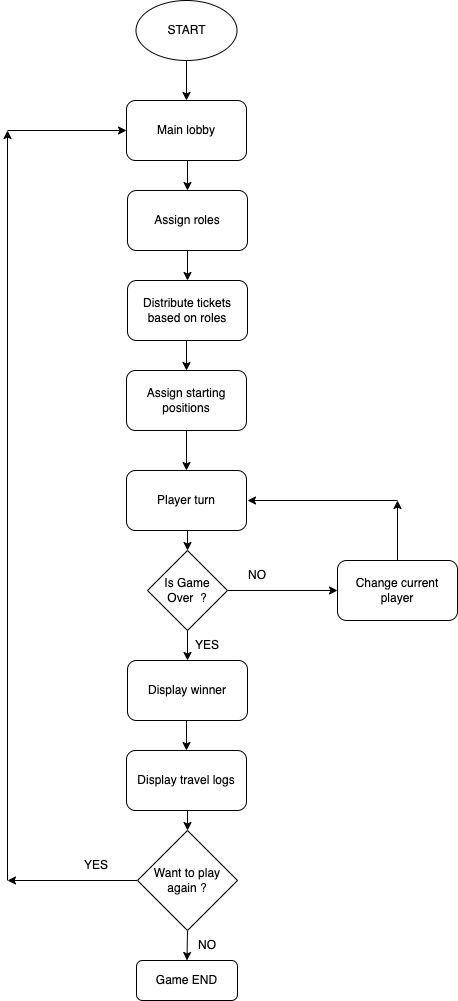
garimiddisuman/project keeps this draw.io diagram as main.drawio.png. Above is the earlier version. Source tidied: cells renumbered, new cells last; positions are measured from the earlier drawing's top-left corner, leaving out a move shared by most shapes.
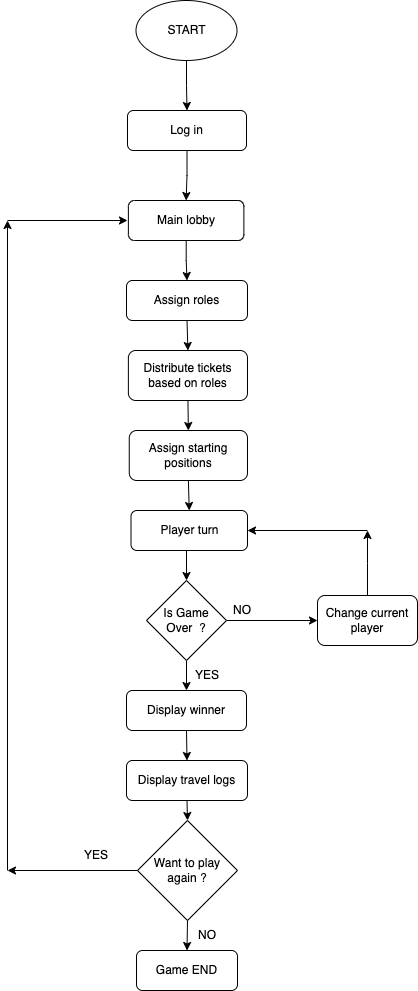
Above is the later version.

Change to the diagram source:
```diff
@@ -2,47 +2,47 @@
   <root>
     <mxCell id="0" />
     <mxCell id="1" parent="0" />
-    <mxCell id="2" style="edgeStyle=orthogonalEdgeStyle;rounded=0;jettySize=auto;html=1;exitX=0.5;exitY=1;exitDx=0;exitDy=0;entryX=0.5;entryY=0;entryDx=0;entryDy=0;" parent="1" edge="1" source="3" target="5">
-      <mxGeometry relative="1" as="geometry" />
-    </mxCell>
+    <mxCell id="35" style="edgeStyle=orthogonalEdgeStyle;rounded=0;jettySize=auto;html=1;entryX=0.5;entryY=0;entryDx=0;entryDy=0;" parent="1" edge="1" source="3" target="37">
+      <mxGeometry relative="1" as="geometry" />
+    </mxCell>
     <mxCell id="3" value="START" style="ellipse;whiteSpace=wrap;html=1;" parent="1" vertex="1">
-      <mxGeometry x="128.5" width="101" height="60" as="geometry" />
+      <mxGeometry x="128.5" y="10" width="101" height="60" as="geometry" />
     </mxCell>
-    <mxCell id="4" style="edgeStyle=orthogonalEdgeStyle;rounded=0;jettySize=auto;html=1;exitX=0.5;exitY=1;exitDx=0;exitDy=0;entryX=0.5;entryY=0;entryDx=0;entryDy=0;" parent="1" edge="1" source="5" target="7">
+    <mxCell id="4" style="edgeStyle=orthogonalEdgeStyle;rounded=0;jettySize=auto;html=1;" parent="1" edge="1" source="5" target="7">
       <mxGeometry relative="1" as="geometry" />
     </mxCell>
     <mxCell id="5" value="Main lobby" style="rounded=1;whiteSpace=wrap;html=1;" parent="1" vertex="1">
-      <mxGeometry x="119" y="100" width="120" height="60" as="geometry" />
+      <mxGeometry x="120.9" y="210" width="115.5" height="40" as="geometry" />
     </mxCell>
     <mxCell id="6" style="edgeStyle=orthogonalEdgeStyle;rounded=0;jettySize=auto;html=1;exitX=0.5;exitY=1;exitDx=0;exitDy=0;entryX=0.5;entryY=0;entryDx=0;entryDy=0;" parent="1" edge="1" source="7" target="9">
       <mxGeometry relative="1" as="geometry" />
     </mxCell>
     <mxCell id="7" value="Assign roles" style="rounded=1;whiteSpace=wrap;html=1;" parent="1" vertex="1">
-      <mxGeometry x="120" y="190" width="120" height="60" as="geometry" />
+      <mxGeometry x="119" y="290" width="121" height="40" as="geometry" />
     </mxCell>
     <mxCell id="8" style="edgeStyle=orthogonalEdgeStyle;rounded=0;jettySize=auto;html=1;exitX=0.5;exitY=1;exitDx=0;exitDy=0;entryX=0.5;entryY=0;entryDx=0;entryDy=0;" parent="1" edge="1" source="9" target="11">
       <mxGeometry relative="1" as="geometry" />
     </mxCell>
     <mxCell id="9" value="Distribute tickets based on roles" style="rounded=1;whiteSpace=wrap;html=1;" parent="1" vertex="1">
-      <mxGeometry x="120" y="280" width="120" height="60" as="geometry" />
+      <mxGeometry x="120.9" y="360" width="119.1" height="50" as="geometry" />
     </mxCell>
     <mxCell id="10" style="edgeStyle=orthogonalEdgeStyle;rounded=0;jettySize=auto;html=1;exitX=0.5;exitY=1;exitDx=0;exitDy=0;entryX=0.5;entryY=0;entryDx=0;entryDy=0;" parent="1" edge="1" source="11" target="13">
       <mxGeometry relative="1" as="geometry" />
     </mxCell>
     <mxCell id="11" value="Assign starting positions" style="rounded=1;whiteSpace=wrap;html=1;" parent="1" vertex="1">
-      <mxGeometry x="119" y="370" width="120" height="60" as="geometry" />
+      <mxGeometry x="121.8" y="440" width="118.2" height="50" as="geometry" />
     </mxCell>
     <mxCell id="12" style="edgeStyle=orthogonalEdgeStyle;rounded=0;jettySize=auto;html=1;exitX=0.5;exitY=1;exitDx=0;exitDy=0;entryX=0.5;entryY=0;entryDx=0;entryDy=0;" parent="1" edge="1" source="13" target="19">
       <mxGeometry relative="1" as="geometry" />
     </mxCell>
     <mxCell id="13" value="Player turn" style="rounded=1;whiteSpace=wrap;html=1;" parent="1" vertex="1">
-      <mxGeometry x="119" y="470" width="120" height="60" as="geometry" />
+      <mxGeometry x="123.5" y="520" width="116.5" height="40" as="geometry" />
     </mxCell>
     <mxCell id="14" style="edgeStyle=orthogonalEdgeStyle;rounded=0;jettySize=auto;html=1;exitX=0.5;exitY=1;exitDx=0;exitDy=0;entryX=0.5;entryY=0;entryDx=0;entryDy=0;" parent="1" edge="1" source="15" target="21">
       <mxGeometry relative="1" as="geometry" />
     </mxCell>
     <mxCell id="15" value="Display winner" style="rounded=1;whiteSpace=wrap;html=1;" parent="1" vertex="1">
-      <mxGeometry x="120" y="660" width="120" height="60" as="geometry" />
+      <mxGeometry x="119" y="700" width="120" height="40" as="geometry" />
     </mxCell>
     <mxCell id="16" style="edgeStyle=orthogonalEdgeStyle;rounded=0;orthogonalLoop=1;jettySize=auto;html=1;exitX=0.5;exitY=1;exitDx=0;exitDy=0;" parent="1" edge="1" source="3" target="3">
       <mxGeometry relative="1" as="geometry" />
@@ -54,13 +54,13 @@
       <mxGeometry relative="1" as="geometry" />
     </mxCell>
     <mxCell id="19" value="Is Game Over&amp;nbsp; ?" style="rhombus;whiteSpace=wrap;html=1;" parent="1" vertex="1">
-      <mxGeometry x="140" y="550" width="80" height="80" as="geometry" />
+      <mxGeometry x="139" y="590" width="80" height="80" as="geometry" />
     </mxCell>
     <mxCell id="20" style="edgeStyle=orthogonalEdgeStyle;rounded=0;jettySize=auto;html=1;exitX=0.5;exitY=1;exitDx=0;exitDy=0;entryX=0.5;entryY=0;entryDx=0;entryDy=0;" parent="1" edge="1" source="21" target="24">
       <mxGeometry relative="1" as="geometry" />
     </mxCell>
     <mxCell id="21" value="Display travel logs" style="rounded=1;whiteSpace=wrap;html=1;" parent="1" vertex="1">
-      <mxGeometry x="119" y="750" width="120" height="60" as="geometry" />
+      <mxGeometry x="119" y="770" width="121" height="40" as="geometry" />
     </mxCell>
     <mxCell id="22" style="edgeStyle=orthogonalEdgeStyle;rounded=0;jettySize=auto;html=1;exitX=0;exitY=0.5;exitDx=0;exitDy=0;" parent="1" edge="1" source="24">
       <mxGeometry relative="1" as="geometry">
@@ -73,39 +73,33 @@
     <mxCell id="24" value="Want to play again ?" style="rhombus;whiteSpace=wrap;html=1;" parent="1" vertex="1">
       <mxGeometry x="130" y="830" width="100" height="100" as="geometry" />
     </mxCell>
-    <mxCell id="25" style="endArrow=classic;html=1;rounded=0;entryX=0;entryY=0.5;entryDx=0;entryDy=0;" parent="1" edge="1" target="5">
-      <mxGeometry relative="1" as="geometry">
-        <mxPoint y="130" as="sourcePoint" />
-      </mxGeometry>
-    </mxCell>
     <mxCell id="26" value="YES" style="text;html=1;align=center;verticalAlign=middle;whiteSpace=wrap;rounded=0;" parent="1" vertex="1">
       <mxGeometry x="59" y="850" width="60" height="30" as="geometry" />
     </mxCell>
     <mxCell id="27" style="endArrow=classic;html=1;rounded=0;" parent="1" edge="1">
       <mxGeometry relative="1" as="geometry">
         <mxPoint y="880" as="sourcePoint" />
-        <mxPoint y="130" as="targetPoint" />
+        <mxPoint y="230" as="targetPoint" />
       </mxGeometry>
     </mxCell>
     <mxCell id="28" value="YES" style="text;html=1;align=center;verticalAlign=middle;whiteSpace=wrap;rounded=0;" parent="1" vertex="1">
-      <mxGeometry x="170" y="630" width="60" height="30" as="geometry" />
+      <mxGeometry x="170" y="670" width="60" height="30" as="geometry" />
     </mxCell>
     <mxCell id="29" style="edgeStyle=orthogonalEdgeStyle;rounded=0;jettySize=auto;html=1;exitX=0.5;exitY=0;exitDx=0;exitDy=0;" parent="1" edge="1" source="30">
       <mxGeometry relative="1" as="geometry">
-        <mxPoint x="390" y="500" as="targetPoint" />
+        <mxPoint x="360" y="540" as="targetPoint" />
       </mxGeometry>
     </mxCell>
     <mxCell id="30" value="Change current player" style="rounded=1;whiteSpace=wrap;html=1;" parent="1" vertex="1">
-      <mxGeometry x="330" y="560" width="120" height="60" as="geometry" />
+      <mxGeometry x="310" y="605" width="100" height="50" as="geometry" />
     </mxCell>
-    <mxCell id="31" style="endArrow=classic;html=1;rounded=0;" parent="1" edge="1">
+    <mxCell id="31" style="endArrow=classic;html=1;rounded=0;entryX=1;entryY=0.5;entryDx=0;entryDy=0;" parent="1" edge="1" target="13">
       <mxGeometry relative="1" as="geometry">
-        <mxPoint x="390" y="500" as="sourcePoint" />
-        <mxPoint x="240" y="500" as="targetPoint" />
+        <mxPoint x="360" y="540" as="sourcePoint" />
       </mxGeometry>
     </mxCell>
     <mxCell id="32" value="NO" style="text;html=1;align=center;verticalAlign=middle;whiteSpace=wrap;rounded=0;" parent="1" vertex="1">
-      <mxGeometry x="220" y="560" width="60" height="30" as="geometry" />
+      <mxGeometry x="205" y="605" width="60" height="30" as="geometry" />
     </mxCell>
     <mxCell id="33" value="Game END" style="rounded=1;whiteSpace=wrap;html=1;" parent="1" vertex="1">
       <mxGeometry x="129" y="960" width="101" height="40" as="geometry" />
@@ -113,5 +107,17 @@
     <mxCell id="34" value="NO" style="text;html=1;align=center;verticalAlign=middle;whiteSpace=wrap;rounded=0;" parent="1" vertex="1">
       <mxGeometry x="170" y="930" width="60" height="30" as="geometry" />
     </mxCell>
+    <mxCell id="36" style="edgeStyle=orthogonalEdgeStyle;rounded=0;jettySize=auto;html=1;entryX=0.5;entryY=0;entryDx=0;entryDy=0;" parent="1" edge="1" source="37" target="5">
+      <mxGeometry relative="1" as="geometry" />
+    </mxCell>
+    <mxCell id="37" value="Log in" style="rounded=1;whiteSpace=wrap;html=1;" parent="1" vertex="1">
+      <mxGeometry x="120" y="120" width="119" height="40" as="geometry" />
+    </mxCell>
+    <mxCell id="38" style="endArrow=classic;html=1;rounded=0;" parent="1" edge="1">
+      <mxGeometry relative="1" as="geometry">
+        <mxPoint y="230" as="sourcePoint" />
+        <mxPoint x="120" y="230" as="targetPoint" />
+      </mxGeometry>
+    </mxCell>
   </root>
 </mxGraphModel>
```
